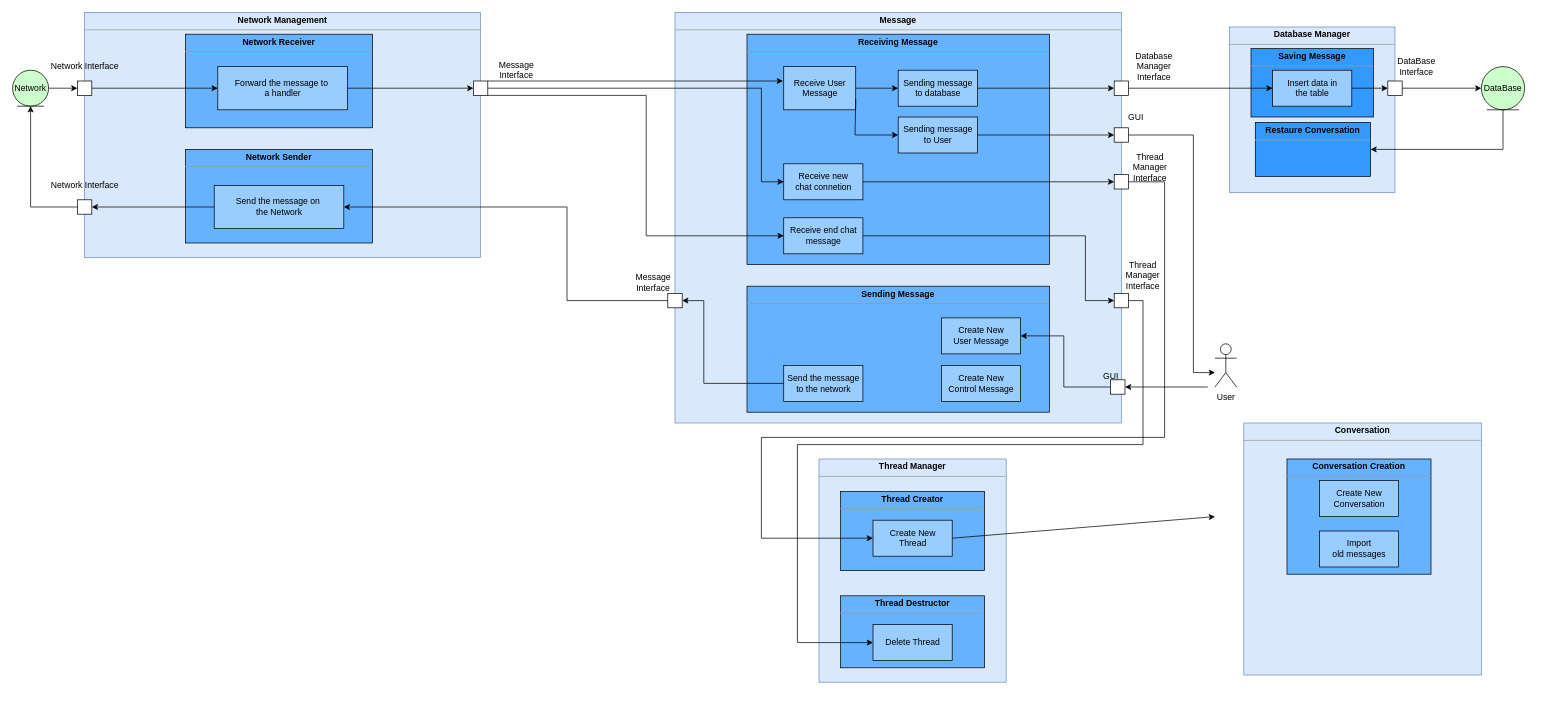
This is Projet/UML/versions modifiables/diagramme_composite_Network.drawio from Newglear/UF_projet_java, a draw.io file, before an edit. Source tidied: cells renumbered, new cells numbered last; positions are measured from the earlier drawing's top-left corner, leaving out a move shared by most shapes. Both pictures are drawn from the tidied source at 72%, with x=0, y=0 at pixel (12, 12).
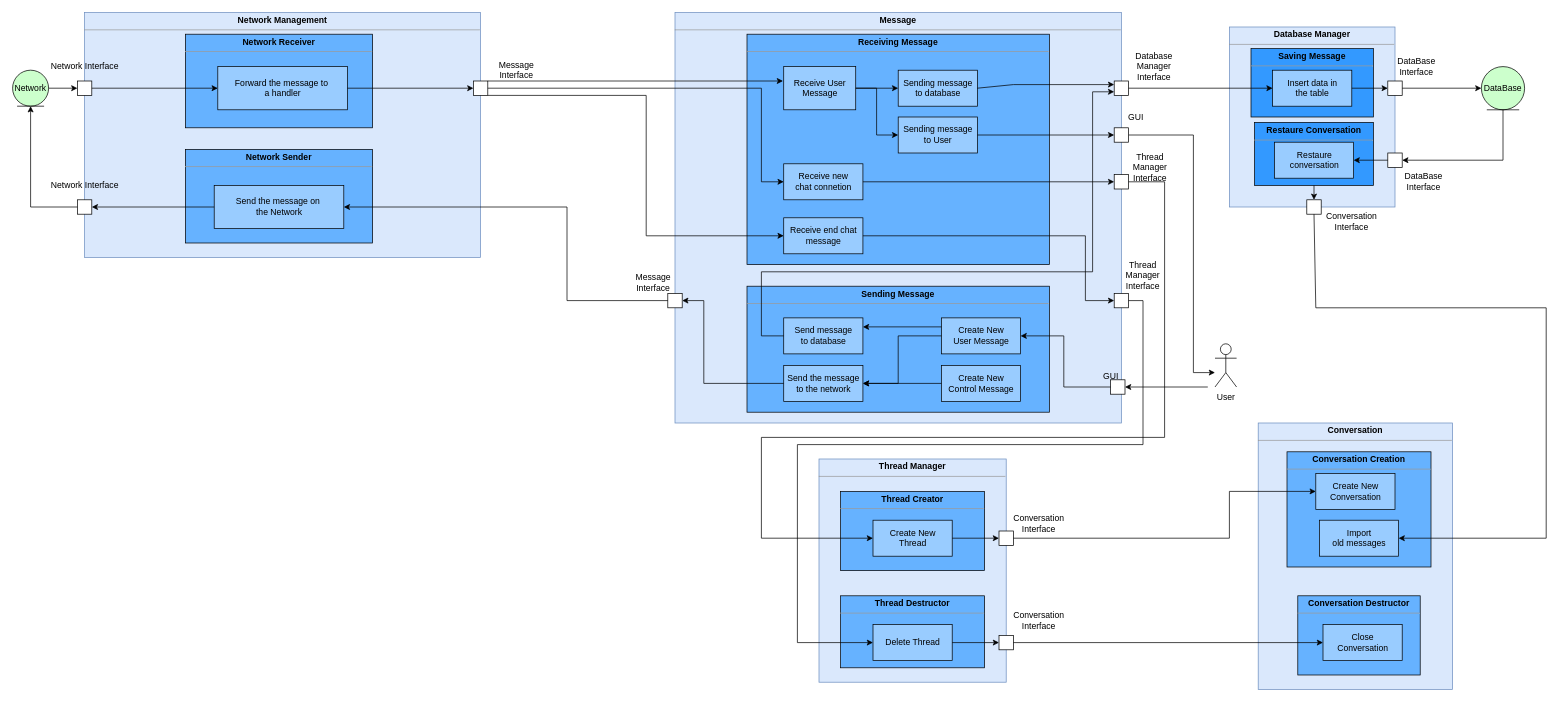
The same diagram, later.

Commit message:
Diagramme compostie version finale

The change refers to these unchanged cells:
```xml
<mxCell id="21" style="whiteSpace=wrap;html=1;" parent="1" vertex="1">
  <mxGeometry x="1530" y="95" width="20" height="20" as="geometry" />
</mxCell>
<mxCell id="32" value="&lt;div&gt;Receive User &lt;br&gt;&lt;/div&gt;&lt;div&gt;Message&lt;/div&gt;" style="html=1;fillColor=#99CCFF;" parent="1" vertex="1">
  <mxGeometry x="1071" y="75" width="100" height="60" as="geometry" />
</mxCell>
<mxCell id="33" value="&lt;div&gt;Sending message&lt;/div&gt;&lt;div&gt;to database&lt;br&gt;&lt;/div&gt;" style="html=1;fillColor=#99CCFF;" parent="1" vertex="1">
  <mxGeometry x="1230" y="80" width="110" height="50" as="geometry" />
</mxCell>
<mxCell id="35" value="&lt;div&gt;Sending message&lt;/div&gt;&lt;div&gt;to User&lt;br&gt;&lt;/div&gt;" style="html=1;fillColor=#99CCFF;" parent="1" vertex="1">
  <mxGeometry x="1230" y="145" width="110" height="50" as="geometry" />
</mxCell>
<mxCell id="43" value="&lt;div&gt;Create New &lt;br&gt;&lt;/div&gt;&lt;div&gt;Thread&lt;br&gt;&lt;/div&gt;" style="html=1;fillColor=#99CCFF;gradientColor=none;" parent="1" vertex="1">
  <mxGeometry x="1195" y="705" width="110" height="50" as="geometry" />
</mxCell>
<mxCell id="47" value="&lt;div&gt;Create New&lt;/div&gt;&lt;div&gt;User Message&lt;br&gt;&lt;/div&gt;" style="html=1;fillColor=#99CCFF;" parent="1" vertex="1">
  <mxGeometry x="1290" y="424" width="110" height="50" as="geometry" />
</mxCell>
<mxCell id="48" value="&lt;div&gt;Create New&lt;/div&gt;&lt;div&gt;Control Message&lt;br&gt;&lt;/div&gt;" style="html=1;fillColor=#99CCFF;" parent="1" vertex="1">
  <mxGeometry x="1290" y="490" width="110" height="50" as="geometry" />
</mxCell>
<mxCell id="49" value="&lt;div&gt;Send the message&lt;/div&gt;&lt;div&gt;to the network&lt;br&gt;&lt;/div&gt;" style="html=1;fillColor=#99CCFF;" parent="1" vertex="1">
  <mxGeometry x="1071" y="490" width="110" height="50" as="geometry" />
</mxCell>
<mxCell id="56" value="DataBase" style="ellipse;shape=umlEntity;whiteSpace=wrap;html=1;fillColor=#CCFFCC;" parent="1" vertex="1">
  <mxGeometry x="2040" y="75" width="60" height="60" as="geometry" />
</mxCell>
<mxCell id="67" value="Delete Thread" style="html=1;fillColor=#99CCFF;gradientColor=none;" parent="1" vertex="1">
  <mxGeometry x="1195" y="850" width="110" height="50" as="geometry" />
</mxCell>
```

Change to the diagram source:
```diff
@@
     <mxCell id="22" value="&lt;p style=&quot;margin:0px;margin-top:4px;text-align:center;&quot;&gt;&lt;b&gt;Database Manager&lt;br&gt;&lt;/b&gt;&lt;/p&gt;&lt;hr size=&quot;1&quot;&gt;&lt;div style=&quot;height:2px;&quot;&gt;&lt;/div&gt;" style="verticalAlign=top;align=left;overflow=fill;fontSize=12;fontFamily=Helvetica;html=1;fillColor=#dae8fc;strokeColor=#6c8ebf;" parent="1" vertex="1">
-      <mxGeometry x="1690" y="20" width="230" height="230" as="geometry" />
+      <mxGeometry x="1690" y="20" width="230" height="250" as="geometry" />
     </mxCell>
@@
-    <mxCell id="36" style="endArrow=classic;html=1;rounded=0;exitX=1;exitY=0.75;exitDx=0;exitDy=0;entryX=0;entryY=0.5;entryDx=0;entryDy=0;" parent="1" edge="1" source="32" target="35">
+    <mxCell id="36" style="endArrow=classic;html=1;rounded=0;exitX=1;exitY=0.5;exitDx=0;exitDy=0;entryX=0;entryY=0.5;entryDx=0;entryDy=0;" parent="1" edge="1" source="32" target="35">
       <mxGeometry relative="1" as="geometry">
         <Array as="points">
-          <mxPoint x="1170" y="170" />
+          <mxPoint x="1200" y="105" />
+          <mxPoint x="1200" y="170" />
         </Array>
       </mxGeometry>
     </mxCell>
-    <mxCell id="37" style="endArrow=classic;html=1;rounded=0;exitX=1;exitY=0.5;exitDx=0;exitDy=0;entryX=0;entryY=0.5;entryDx=0;entryDy=0;" parent="1" edge="1" source="33" target="21">
-      <mxGeometry relative="1" as="geometry" />
+    <mxCell id="37" style="endArrow=classic;html=1;rounded=0;entryX=0;entryY=0.25;entryDx=0;entryDy=0;exitX=1;exitY=0.5;exitDx=0;exitDy=0;" parent="1" edge="1" source="33" target="21">
+      <mxGeometry relative="1" as="geometry">
+        <Array as="points">
+          <mxPoint x="1390" y="100" />
+        </Array>
+      </mxGeometry>
     </mxCell>
@@
     <mxCell id="73" value="&lt;p style=&quot;margin:0px;margin-top:4px;text-align:center;&quot;&gt;&lt;b&gt;Conversation&lt;/b&gt;&lt;/p&gt;&lt;hr size=&quot;1&quot;&gt;&lt;div style=&quot;height:2px;&quot;&gt;&lt;/div&gt;" style="verticalAlign=top;align=left;overflow=fill;fontSize=12;fontFamily=Helvetica;html=1;fillColor=#dae8fc;strokeColor=#6c8ebf;" parent="1" vertex="1">
-      <mxGeometry x="1710" y="570" width="330" height="350" as="geometry" />
+      <mxGeometry x="1730" y="570" width="270" height="370" as="geometry" />
     </mxCell>
     <mxCell id="74" value="&lt;p style=&quot;margin:0px;margin-top:4px;text-align:center;&quot;&gt;&lt;b&gt;Conversation Creation&lt;/b&gt;&lt;br&gt;&lt;/p&gt;&lt;hr size=&quot;1&quot;&gt;&lt;div style=&quot;height:2px;&quot;&gt;&lt;/div&gt;" style="verticalAlign=top;align=left;overflow=fill;fontSize=12;fontFamily=Helvetica;html=1;fillColor=#66B2FF;" parent="1" vertex="1">
-      <mxGeometry x="1770" y="620" width="200" height="160" as="geometry" />
+      <mxGeometry x="1770" y="610" width="200" height="160" as="geometry" />
     </mxCell>
     <mxCell id="75" value="&lt;p style=&quot;margin:0px;margin-top:4px;text-align:center;&quot;&gt;&lt;b&gt;Restaure Conversation&lt;br&gt;&lt;/b&gt;&lt;/p&gt;&lt;hr size=&quot;1&quot;&gt;&lt;div style=&quot;height:2px;&quot;&gt;&lt;/div&gt;" style="verticalAlign=top;align=left;overflow=fill;fontSize=12;fontFamily=Helvetica;html=1;fillColor=#3399FF;gradientColor=none;" parent="1" vertex="1">
-      <mxGeometry x="1726" y="152.5" width="160" height="75" as="geometry" />
+      <mxGeometry x="1725" y="152.5" width="165" height="87.5" as="geometry" />
     </mxCell>
-    <mxCell id="76" style="endArrow=classic;html=1;rounded=0;exitX=1;exitY=0.5;exitDx=0;exitDy=0;" parent="1" edge="1" source="43">
-      <mxGeometry relative="1" as="geometry">
-        <mxPoint x="1670" y="700" as="targetPoint" />
-      </mxGeometry>
-    </mxCell>
-    <mxCell id="77" style="endArrow=classic;html=1;rounded=0;exitX=0.5;exitY=1;exitDx=0;exitDy=0;entryX=1;entryY=0.5;entryDx=0;entryDy=0;" parent="1" edge="1" source="56" target="75">
+    <mxCell id="77" style="endArrow=classic;html=1;rounded=0;exitX=0.5;exitY=1;exitDx=0;exitDy=0;entryX=1;entryY=0.5;entryDx=0;entryDy=0;" parent="1" edge="1" source="56" target="81">
       <mxGeometry relative="1" as="geometry">
         <Array as="points">
-          <mxPoint x="2070" y="190" />
+          <mxPoint x="2070" y="205" />
         </Array>
       </mxGeometry>
     </mxCell>
     <mxCell id="78" value="&lt;div&gt;Create New &lt;br&gt;&lt;/div&gt;&lt;div&gt;Conversation&lt;br&gt;&lt;/div&gt;" style="html=1;fillColor=#99CCFF;gradientColor=none;" parent="1" vertex="1">
-      <mxGeometry x="1815" y="650" width="110" height="50" as="geometry" />
+      <mxGeometry x="1810" y="640" width="110" height="50" as="geometry" />
     </mxCell>
     <mxCell id="79" value="&lt;div&gt;Import&lt;/div&gt;&lt;div&gt;old messages&lt;br&gt;&lt;/div&gt;" style="html=1;fillColor=#99CCFF;gradientColor=none;" parent="1" vertex="1">
-      <mxGeometry x="1815" y="720" width="110" height="50" as="geometry" />
+      <mxGeometry x="1815" y="705" width="110" height="50" as="geometry" />
     </mxCell>
+    <mxCell id="80" value="Restaure &lt;br&gt;conversation" style="html=1;fillColor=#99CCFF;gradientColor=none;" parent="1" vertex="1">
+      <mxGeometry x="1752.5" y="180" width="110" height="50" as="geometry" />
+    </mxCell>
+    <mxCell id="81" style="whiteSpace=wrap;html=1;" parent="1" vertex="1">
+      <mxGeometry x="1910" y="195" width="20" height="20" as="geometry" />
+    </mxCell>
+    <mxCell id="82" value="DataBase Interface" style="text;html=1;strokeColor=none;fillColor=none;align=center;verticalAlign=middle;whiteSpace=wrap;rounded=0;" parent="1" vertex="1">
+      <mxGeometry x="1930" y="215" width="60" height="40" as="geometry" />
+    </mxCell>
+    <mxCell id="83" style="endArrow=classic;html=1;rounded=0;entryX=1;entryY=0.5;entryDx=0;entryDy=0;exitX=0;exitY=0.5;exitDx=0;exitDy=0;" parent="1" edge="1" source="81" target="80">
+      <mxGeometry relative="1" as="geometry" />
+    </mxCell>
+    <mxCell id="84" style="whiteSpace=wrap;html=1;" parent="1" vertex="1">
+      <mxGeometry x="1797.5" y="260" width="20" height="20" as="geometry" />
+    </mxCell>
+    <mxCell id="85" style="endArrow=classic;html=1;rounded=0;exitX=0.5;exitY=1;exitDx=0;exitDy=0;entryX=0.5;entryY=0;entryDx=0;entryDy=0;" parent="1" edge="1" source="75" target="84">
+      <mxGeometry relative="1" as="geometry" />
+    </mxCell>
+    <mxCell id="86" value="Conversation&lt;br&gt;Interface" style="text;html=1;strokeColor=none;fillColor=none;align=center;verticalAlign=middle;whiteSpace=wrap;rounded=0;" parent="1" vertex="1">
+      <mxGeometry x="1830" y="270" width="60" height="40" as="geometry" />
+    </mxCell>
+    <mxCell id="87" style="endArrow=classic;html=1;rounded=0;exitX=0.5;exitY=1;exitDx=0;exitDy=0;entryX=1;entryY=0.5;entryDx=0;entryDy=0;" parent="1" edge="1" source="84" target="79">
+      <mxGeometry relative="1" as="geometry">
+        <Array as="points">
+          <mxPoint x="1810" y="410" />
+          <mxPoint x="2130" y="410" />
+          <mxPoint x="2130" y="730" />
+        </Array>
+      </mxGeometry>
+    </mxCell>
+    <mxCell id="88" value="&lt;p style=&quot;margin:0px;margin-top:4px;text-align:center;&quot;&gt;&lt;b&gt;Conversation Destructor&lt;/b&gt;&lt;br&gt;&lt;/p&gt;&lt;hr size=&quot;1&quot;&gt;&lt;div style=&quot;height:2px;&quot;&gt;&lt;/div&gt;" style="verticalAlign=top;align=left;overflow=fill;fontSize=12;fontFamily=Helvetica;html=1;fillColor=#66B2FF;" parent="1" vertex="1">
+      <mxGeometry x="1785" y="810" width="170" height="110" as="geometry" />
+    </mxCell>
+    <mxCell id="89" value="Close&lt;br&gt;Conversation" style="html=1;fillColor=#99CCFF;gradientColor=none;" parent="1" vertex="1">
+      <mxGeometry x="1820" y="850" width="110" height="50" as="geometry" />
+    </mxCell>
+    <mxCell id="90" style="whiteSpace=wrap;html=1;" parent="1" vertex="1">
+      <mxGeometry x="1370" y="865" width="20" height="20" as="geometry" />
+    </mxCell>
+    <mxCell id="91" style="whiteSpace=wrap;html=1;" parent="1" vertex="1">
+      <mxGeometry x="1370" y="720" width="20" height="20" as="geometry" />
+    </mxCell>
+    <mxCell id="92" style="endArrow=classic;html=1;rounded=0;exitX=1;exitY=0.5;exitDx=0;exitDy=0;entryX=0;entryY=0.5;entryDx=0;entryDy=0;" parent="1" edge="1" source="43" target="91">
+      <mxGeometry relative="1" as="geometry" />
+    </mxCell>
+    <mxCell id="93" style="endArrow=classic;html=1;rounded=0;exitX=1;exitY=0.5;exitDx=0;exitDy=0;entryX=0;entryY=0.5;entryDx=0;entryDy=0;" parent="1" edge="1" source="91" target="78">
+      <mxGeometry relative="1" as="geometry">
+        <Array as="points">
+          <mxPoint x="1690" y="730" />
+          <mxPoint x="1690" y="665" />
+        </Array>
+      </mxGeometry>
+    </mxCell>
+    <mxCell id="94" style="endArrow=classic;html=1;rounded=0;exitX=1;exitY=0.5;exitDx=0;exitDy=0;entryX=0;entryY=0.5;entryDx=0;entryDy=0;" parent="1" edge="1" source="67" target="90">
+      <mxGeometry relative="1" as="geometry" />
+    </mxCell>
+    <mxCell id="95" style="endArrow=classic;html=1;rounded=0;exitX=1;exitY=0.5;exitDx=0;exitDy=0;entryX=0;entryY=0.5;entryDx=0;entryDy=0;" parent="1" edge="1" source="90" target="89">
+      <mxGeometry relative="1" as="geometry" />
+    </mxCell>
+    <mxCell id="96" value="Conversation&lt;br&gt;Interface" style="text;html=1;align=center;verticalAlign=middle;strokeColor=none;fillColor=none;" parent="1" vertex="1">
+      <mxGeometry x="1380" y="690" width="90" height="40" as="geometry" />
+    </mxCell>
+    <mxCell id="97" value="Conversation&lt;br&gt;Interface" style="text;html=1;align=center;verticalAlign=middle;strokeColor=none;fillColor=none;" parent="1" vertex="1">
+      <mxGeometry x="1380" y="825" width="90" height="40" as="geometry" />
+    </mxCell>
+    <mxCell id="98" value="&lt;div&gt;Send message&lt;/div&gt;&lt;div&gt;to database&lt;/div&gt;" style="html=1;fillColor=#99CCFF;" parent="1" vertex="1">
+      <mxGeometry x="1071" y="424" width="110" height="50" as="geometry" />
+    </mxCell>
+    <mxCell id="99" style="endArrow=classic;html=1;rounded=0;exitX=0;exitY=0.5;exitDx=0;exitDy=0;entryX=1;entryY=0.5;entryDx=0;entryDy=0;" parent="1" edge="1" source="47" target="49">
+      <mxGeometry relative="1" as="geometry">
+        <Array as="points">
+          <mxPoint x="1230" y="449" />
+          <mxPoint x="1230" y="515" />
+        </Array>
+      </mxGeometry>
+    </mxCell>
+    <mxCell id="100" style="endArrow=classic;html=1;rounded=0;exitX=0;exitY=0.5;exitDx=0;exitDy=0;entryX=1;entryY=0.5;entryDx=0;entryDy=0;" parent="1" edge="1" source="48" target="49">
+      <mxGeometry relative="1" as="geometry" />
+    </mxCell>
+    <mxCell id="101" style="endArrow=classic;html=1;rounded=0;exitX=0;exitY=0.25;exitDx=0;exitDy=0;entryX=1;entryY=0.25;entryDx=0;entryDy=0;" parent="1" edge="1" source="47" target="98">
+      <mxGeometry relative="1" as="geometry" />
+    </mxCell>
+    <mxCell id="102" style="endArrow=classic;html=1;rounded=0;exitX=0;exitY=0.5;exitDx=0;exitDy=0;entryX=0;entryY=0.75;entryDx=0;entryDy=0;" parent="1" edge="1" source="98" target="21">
+      <mxGeometry relative="1" as="geometry">
+        <Array as="points">
+          <mxPoint x="1040" y="449" />
+          <mxPoint x="1040" y="360" />
+          <mxPoint x="1500" y="360" />
+          <mxPoint x="1500" y="110" />
+        </Array>
+      </mxGeometry>
+    </mxCell>
```
